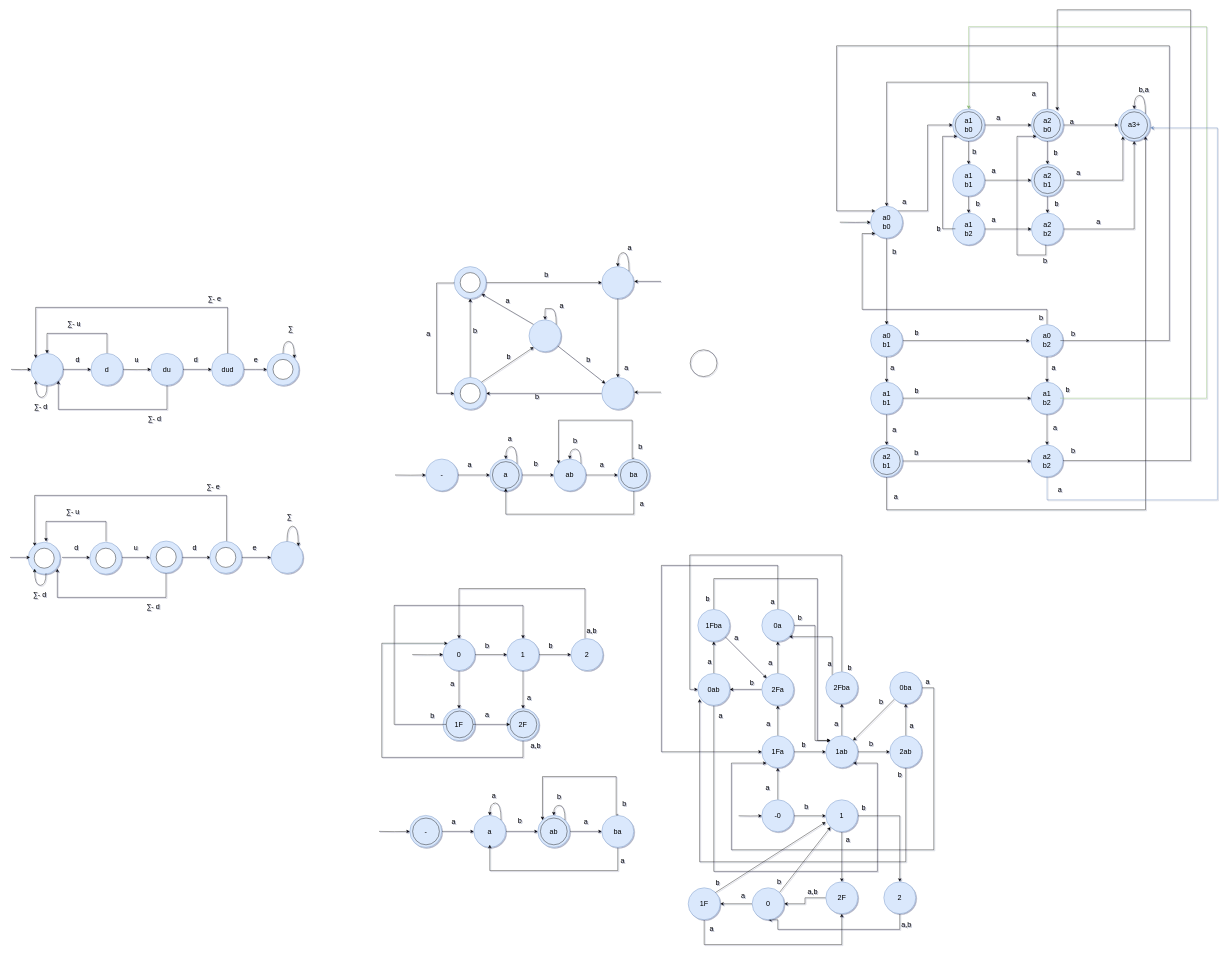
This is HW3/diagrams.drawio from mohsenkamini/SBU_FLA, a draw.io file, before an edit. Source tidied: cells renumbered, new cells numbered last; positions are measured from the earlier drawing's top-left corner, leaving out a move shared by most shapes. Both pictures are drawn from the tidied source at 40%, with x=0, y=0 at pixel (10, 10).
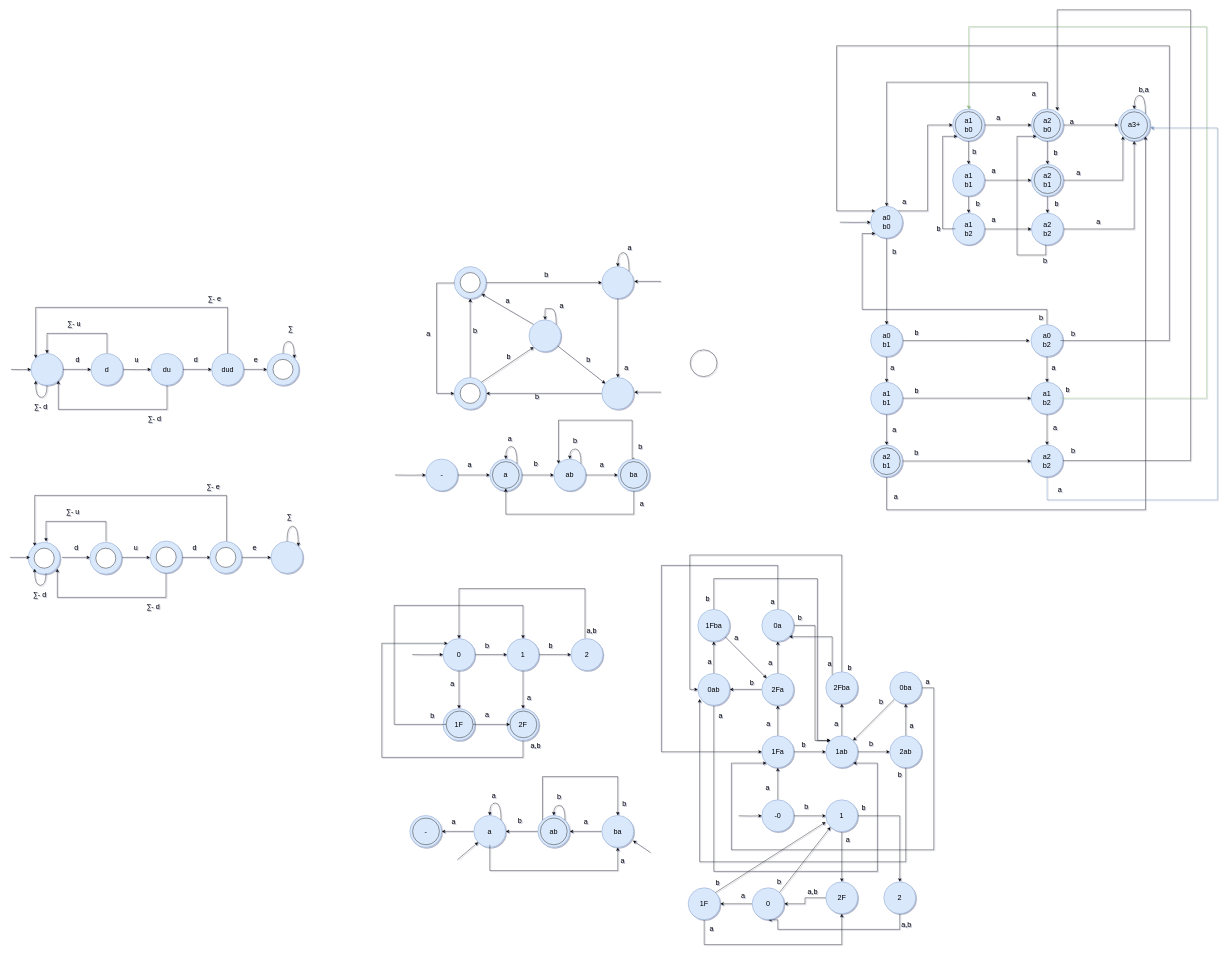
After the change.

The change refers to these unchanged cells:
```xml
<mxCell id="216" value="-" style="ellipse;whiteSpace=wrap;html=1;hachureGap=4;fillColor=#dae8fc;strokeColor=#6c8ebf;rounded=0;fontSize=18;" parent="1" vertex="1">
  <mxGeometry x="999" y="2014" width="80" height="80" as="geometry" />
</mxCell>
<mxCell id="219" value="a" style="ellipse;whiteSpace=wrap;html=1;hachureGap=4;fillColor=#dae8fc;strokeColor=#6c8ebf;rounded=0;fontSize=18;" parent="1" vertex="1">
  <mxGeometry x="1159" y="2014" width="80" height="80" as="geometry" />
</mxCell>
<mxCell id="222" value="ab" style="ellipse;whiteSpace=wrap;html=1;hachureGap=4;fillColor=#dae8fc;strokeColor=#6c8ebf;rounded=0;fontSize=18;" parent="1" vertex="1">
  <mxGeometry x="1319" y="2014" width="80" height="80" as="geometry" />
</mxCell>
<mxCell id="225" value="ba" style="ellipse;whiteSpace=wrap;html=1;hachureGap=4;fillColor=#dae8fc;strokeColor=#6c8ebf;rounded=0;fontSize=18;" parent="1" vertex="1">
  <mxGeometry x="1479" y="2014" width="80" height="80" as="geometry" />
</mxCell>
```

What changed in the source:
```diff
@@
-    <mxCell id="215" style="edgeStyle=orthogonalEdgeStyle;rounded=0;jettySize=auto;html=1;fontFamily=Helvetica;fontSize=18;fontColor=default;" parent="1" edge="1" source="216" target="219">
+    <mxCell id="215" style="edgeStyle=orthogonalEdgeStyle;rounded=0;jettySize=auto;html=1;fontFamily=Helvetica;fontSize=18;fontColor=default;" parent="1" edge="1" source="219" target="216">
       <mxGeometry relative="1" as="geometry" />
     </mxCell>
@@
-    <mxCell id="217" style="edgeStyle=orthogonalEdgeStyle;rounded=0;jettySize=auto;html=1;fontSize=18;entryX=0;entryY=0.5;entryDx=0;entryDy=0;" parent="1" edge="1" target="216">
-      <mxGeometry relative="1" as="geometry">
-        <mxPoint x="922" y="2054" as="sourcePoint" />
-      </mxGeometry>
-    </mxCell>
-    <mxCell id="218" style="edgeStyle=orthogonalEdgeStyle;rounded=0;jettySize=auto;html=1;fontFamily=Helvetica;fontSize=18;fontColor=default;" parent="1" edge="1" source="219" target="222">
+    <mxCell id="218" style="edgeStyle=orthogonalEdgeStyle;rounded=0;jettySize=auto;html=1;fontFamily=Helvetica;fontSize=18;fontColor=default;" parent="1" edge="1" source="222" target="219">
       <mxGeometry relative="1" as="geometry" />
     </mxCell>
@@
-    <mxCell id="221" style="edgeStyle=orthogonalEdgeStyle;rounded=0;jettySize=auto;html=1;fontFamily=Helvetica;fontSize=18;fontColor=default;" parent="1" edge="1" source="222" target="225">
+    <mxCell id="221" style="edgeStyle=orthogonalEdgeStyle;rounded=0;jettySize=auto;html=1;fontFamily=Helvetica;fontSize=18;fontColor=default;" parent="1" edge="1" source="225" target="222">
       <mxGeometry relative="1" as="geometry" />
     </mxCell>
@@
-    <mxCell id="224" style="edgeStyle=orthogonalEdgeStyle;rounded=0;jettySize=auto;html=1;entryX=0.5;entryY=1;entryDx=0;entryDy=0;fontFamily=Helvetica;fontSize=18;fontColor=default;" parent="1" edge="1" source="225">
+    <mxCell id="224" style="edgeStyle=orthogonalEdgeStyle;rounded=0;jettySize=auto;html=1;fontFamily=Helvetica;fontSize=18;fontColor=default;" parent="1" edge="1" target="225">
       <mxGeometry relative="1" as="geometry">
-        <mxPoint x="1199" y="2087.5" as="targetPoint" />
+        <mxPoint x="1199" y="2087.5" as="sourcePoint" />
         <Array as="points">
+          <mxPoint x="1199" y="2152" />
           <mxPoint x="1519" y="2152" />
-          <mxPoint x="1199" y="2152" />
         </Array>
       </mxGeometry>
     </mxCell>
@@
-    <mxCell id="231" style="edgeStyle=orthogonalEdgeStyle;rounded=0;jettySize=auto;html=1;entryX=0;entryY=0;entryDx=0;entryDy=0;fontFamily=Helvetica;fontSize=18;fontColor=default;" parent="1" edge="1" target="222">
+    <mxCell id="231" style="edgeStyle=orthogonalEdgeStyle;rounded=0;jettySize=auto;html=1;entryX=0.5;entryY=0;entryDx=0;entryDy=0;fontFamily=Helvetica;fontSize=18;fontColor=default;exitX=0;exitY=0;exitDx=0;exitDy=0;" parent="1" edge="1" source="222" target="225">
       <mxGeometry relative="1" as="geometry">
-        <mxPoint x="1519" y="2010" as="sourcePoint" />
         <Array as="points">
-          <mxPoint x="1519" y="2013" />
-          <mxPoint x="1515" y="2013" />
-          <mxPoint x="1515" y="1917" />
           <mxPoint x="1331" y="1917" />
+          <mxPoint x="1519" y="1917" />
         </Array>
       </mxGeometry>
     </mxCell>
@@
+    <mxCell id="308" style="rounded=0;orthogonalLoop=1;jettySize=auto;html=1;fontSize=18;entryX=0;entryY=0.5;entryDx=0;entryDy=0;" parent="1" edge="1">
+      <mxGeometry relative="1" as="geometry">
+        <mxPoint x="1118" y="2125" as="sourcePoint" />
+        <mxPoint x="1170" y="2081" as="targetPoint" />
+      </mxGeometry>
+    </mxCell>
+    <mxCell id="309" style="rounded=0;orthogonalLoop=1;jettySize=auto;html=1;fontSize=18;entryX=0;entryY=0.5;entryDx=0;entryDy=0;" parent="1" edge="1">
+      <mxGeometry relative="1" as="geometry">
+        <mxPoint x="1601" y="2107" as="sourcePoint" />
+        <mxPoint x="1557" y="2077" as="targetPoint" />
+      </mxGeometry>
+    </mxCell>
```
